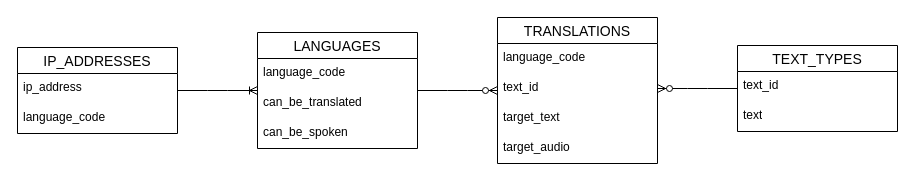
Before: page "logical_design" (2 of 3) of documentation/ERD.drawio in LucaBalduzziNI/nimbus-intelligence-coh2-python-project, a draw.io diagram. Source tidied: cells renumbered, new cells numbered last; positions are measured from the earlier drawing's top-left corner, leaving out a move shared by most shapes. Both pictures are drawn from the tidied source at 100%, with x=0, y=0 at pixel (17, 17).
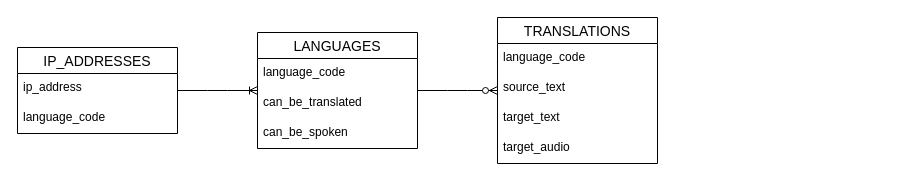
After the change.

The edit, as a diff of the source:
```diff
@@
 <mxGraphModel>
   <root>
     <mxCell id="0" />
     <mxCell id="1" parent="0" />
     <mxCell id="2" value="IP_ADDRESSES" style="swimlane;fontStyle=0;horizontal=1;startSize=26;align=center;fontSize=14;" parent="1" vertex="1">
       <mxGeometry y="30" width="160" height="86" as="geometry" />
     </mxCell>
     <mxCell id="3" value="ip_address" style="text;strokeColor=none;fillColor=none;spacingLeft=4;spacingRight=4;overflow=hidden;fontSize=12;whiteSpace=wrap;html=1;" parent="2" vertex="1">
       <mxGeometry y="26" width="160" height="30" as="geometry" />
     </mxCell>
     <mxCell id="4" value="language_code" style="text;strokeColor=none;fillColor=none;spacingLeft=4;spacingRight=4;overflow=hidden;fontSize=12;whiteSpace=wrap;html=1;" parent="2" vertex="1">
       <mxGeometry y="56" width="160" height="30" as="geometry" />
     </mxCell>
     <mxCell id="5" value="LANGUAGES" style="swimlane;fontStyle=0;horizontal=1;startSize=26;align=center;fontSize=14;" parent="1" vertex="1">
       <mxGeometry x="240" y="15" width="160" height="116" as="geometry" />
     </mxCell>
     <mxCell id="6" value="language_code" style="text;strokeColor=none;fillColor=none;spacingLeft=4;spacingRight=4;overflow=hidden;fontSize=12;whiteSpace=wrap;html=1;" parent="5" vertex="1">
       <mxGeometry y="26" width="160" height="30" as="geometry" />
     </mxCell>
     <mxCell id="7" value="can_be_translated" style="text;strokeColor=none;fillColor=none;spacingLeft=4;spacingRight=4;overflow=hidden;fontSize=12;whiteSpace=wrap;html=1;" parent="5" vertex="1">
       <mxGeometry y="56" width="160" height="30" as="geometry" />
     </mxCell>
     <mxCell id="8" value="can_be_spoken" style="text;strokeColor=none;fillColor=none;spacingLeft=4;spacingRight=4;overflow=hidden;fontSize=12;whiteSpace=wrap;html=1;" parent="5" vertex="1">
       <mxGeometry y="86" width="160" height="30" as="geometry" />
     </mxCell>
     <mxCell id="9" value="TRANSLATIONS" style="swimlane;fontStyle=0;horizontal=1;startSize=26;align=center;fontSize=14;" parent="1" vertex="1">
       <mxGeometry x="480" width="160" height="146" as="geometry" />
     </mxCell>
     <mxCell id="10" value="language_code" style="text;strokeColor=none;fillColor=none;spacingLeft=4;spacingRight=4;overflow=hidden;fontSize=12;whiteSpace=wrap;html=1;" parent="9" vertex="1">
       <mxGeometry y="26" width="160" height="30" as="geometry" />
     </mxCell>
-    <mxCell id="11" value="text_id" style="text;strokeColor=none;fillColor=none;spacingLeft=4;spacingRight=4;overflow=hidden;points=[[0,0.5],[1,0.5]];portConstraint=eastwest;fontSize=12;whiteSpace=wrap;html=1;" parent="9" vertex="1">
+    <mxCell id="11" value="source_text" style="text;strokeColor=none;fillColor=none;spacingLeft=4;spacingRight=4;overflow=hidden;points=[[0,0.5],[1,0.5]];portConstraint=eastwest;fontSize=12;whiteSpace=wrap;html=1;" parent="9" vertex="1">
       <mxGeometry y="56" width="160" height="30" as="geometry" />
     </mxCell>
     <mxCell id="12" value="target_text" style="text;strokeColor=none;fillColor=none;spacingLeft=4;spacingRight=4;overflow=hidden;fontSize=12;whiteSpace=wrap;html=1;" parent="9" vertex="1">
       <mxGeometry y="86" width="160" height="30" as="geometry" />
     </mxCell>
     <mxCell id="13" value="target_audio" style="text;strokeColor=none;fillColor=none;spacingLeft=4;spacingRight=4;overflow=hidden;fontSize=12;whiteSpace=wrap;html=1;" parent="9" vertex="1">
       <mxGeometry y="116" width="160" height="30" as="geometry" />
     </mxCell>
     <mxCell id="14" style="edgeStyle=entityRelationEdgeStyle;fontSize=12;html=1;endArrow=ERoneToMany;rounded=0;" parent="1" edge="1" source="2" target="5">
       <mxGeometry relative="1" as="geometry" />
     </mxCell>
     <mxCell id="15" style="edgeStyle=entityRelationEdgeStyle;fontSize=12;html=1;endArrow=ERzeroToMany;endFill=1;rounded=0;" parent="1" edge="1" source="5" target="9">
       <mxGeometry relative="1" as="geometry" />
     </mxCell>
-    <mxCell id="16" value="TEXT_TYPES" style="swimlane;fontStyle=0;horizontal=1;startSize=26;align=center;fontSize=14;" parent="1" vertex="1">
-      <mxGeometry x="720" y="28" width="160" height="86" as="geometry" />
-    </mxCell>
-    <mxCell id="17" value="text_id" style="text;strokeColor=none;fillColor=none;spacingLeft=4;spacingRight=4;overflow=hidden;fontSize=12;whiteSpace=wrap;html=1;" parent="16" vertex="1">
-      <mxGeometry y="26" width="160" height="30" as="geometry" />
-    </mxCell>
-    <mxCell id="18" value="text" style="text;strokeColor=none;fillColor=none;spacingLeft=4;spacingRight=4;overflow=hidden;fontSize=12;whiteSpace=wrap;html=1;" parent="16" vertex="1">
-      <mxGeometry y="56" width="160" height="30" as="geometry" />
-    </mxCell>
-    <mxCell id="19" style="edgeStyle=entityRelationEdgeStyle;fontSize=12;html=1;endArrow=ERzeroToMany;endFill=1;rounded=0;" parent="1" edge="1" source="16" target="11">
-      <mxGeometry relative="1" as="geometry" />
-    </mxCell>
   </root>
 </mxGraphModel>
```
